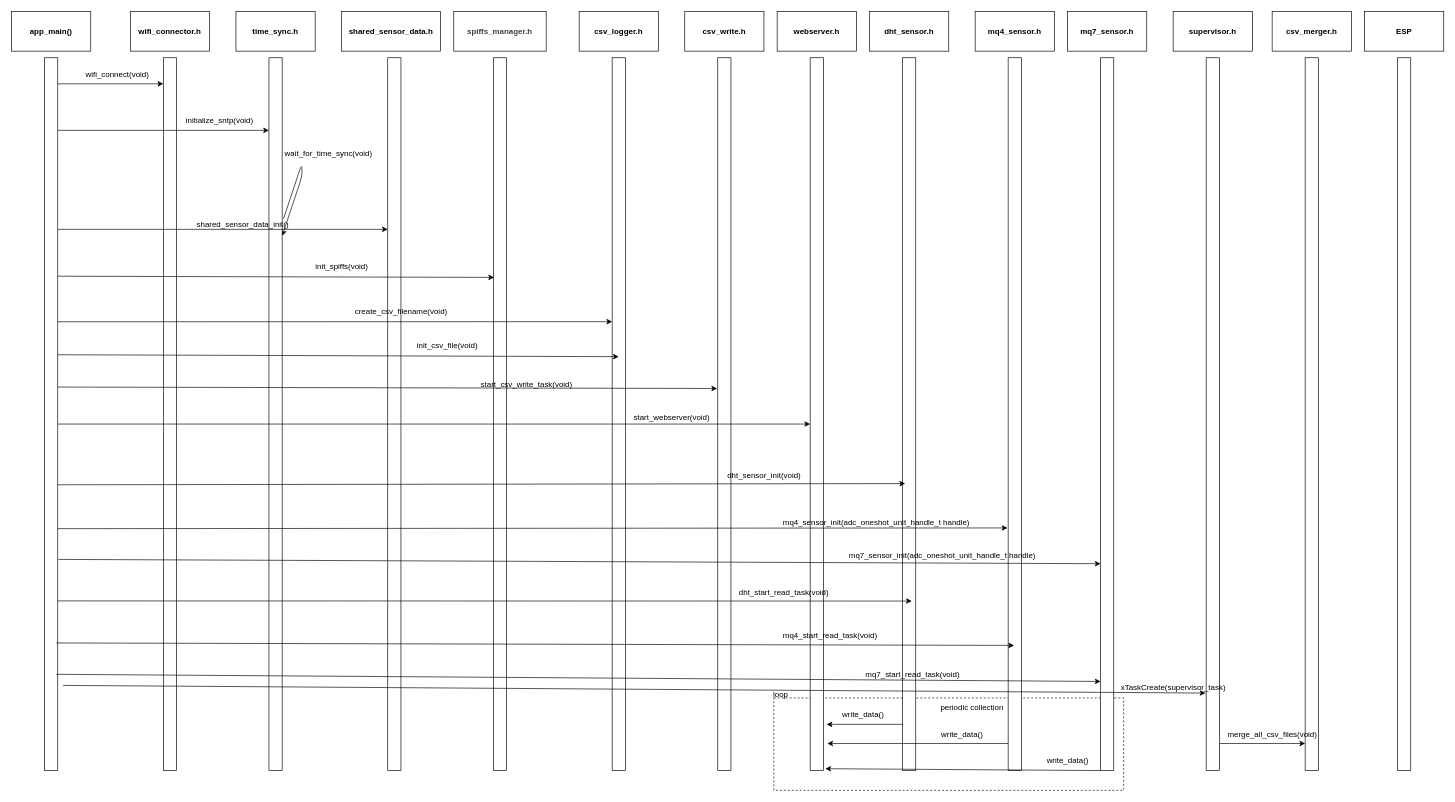
Before: diagrams/sequence.dio in kevin504-max/MLOps, a draw.io diagram. Source tidied: cells renumbered, new cells numbered last; positions are measured from the earlier drawing's top-left corner, leaving out a move shared by most shapes. Both pictures are drawn from the tidied source at 66%, with x=0, y=0 at pixel (11, 11).
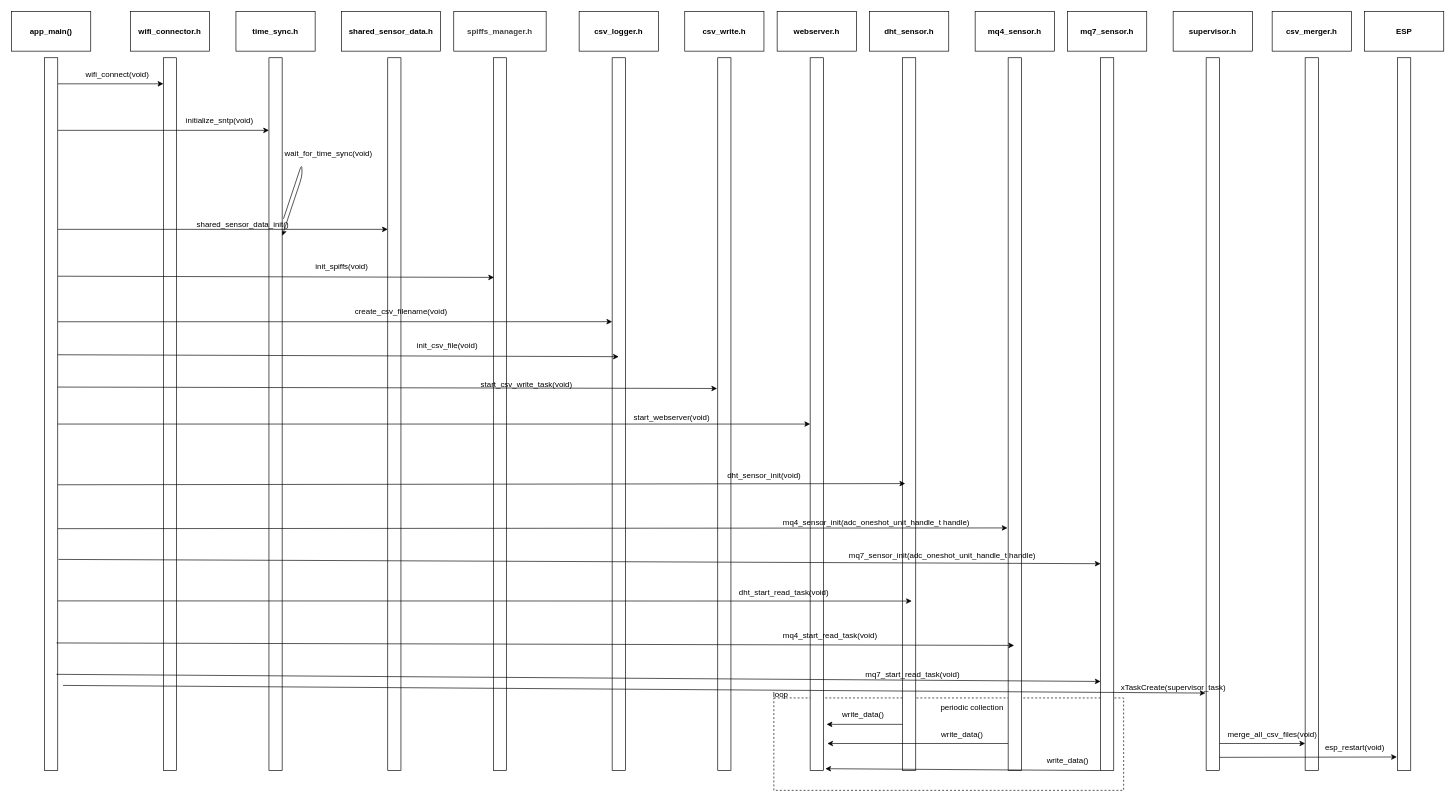
After the change.

Unchanged cells that the change refers to:
```xml
<mxCell id="68" style="rounded=0;whiteSpace=wrap;html=1;" parent="1" vertex="1">
  <mxGeometry x="2100" y="70" width="20" height="1080" as="geometry" />
</mxCell>
```

Change to the diagram source:
```diff
@@
+    <mxCell id="73" value="esp_restart(void)" style="text;html=1;align=center;verticalAlign=middle;strokeColor=none;fillColor=none;" parent="1" vertex="1">
+      <mxGeometry x="1980" y="1100" width="110" height="30" as="geometry" />
+    </mxCell>
+    <mxCell id="74" style="edgeStyle=none;html=1;exitX=1;exitY=0.75;exitDx=0;exitDy=0;entryX=-0.05;entryY=0.981;entryDx=0;entryDy=0;entryPerimeter=0;" parent="1" edge="1" target="68">
+      <mxGeometry relative="1" as="geometry">
+        <mxPoint x="1830" y="1130" as="sourcePoint" />
+      </mxGeometry>
+    </mxCell>
```
